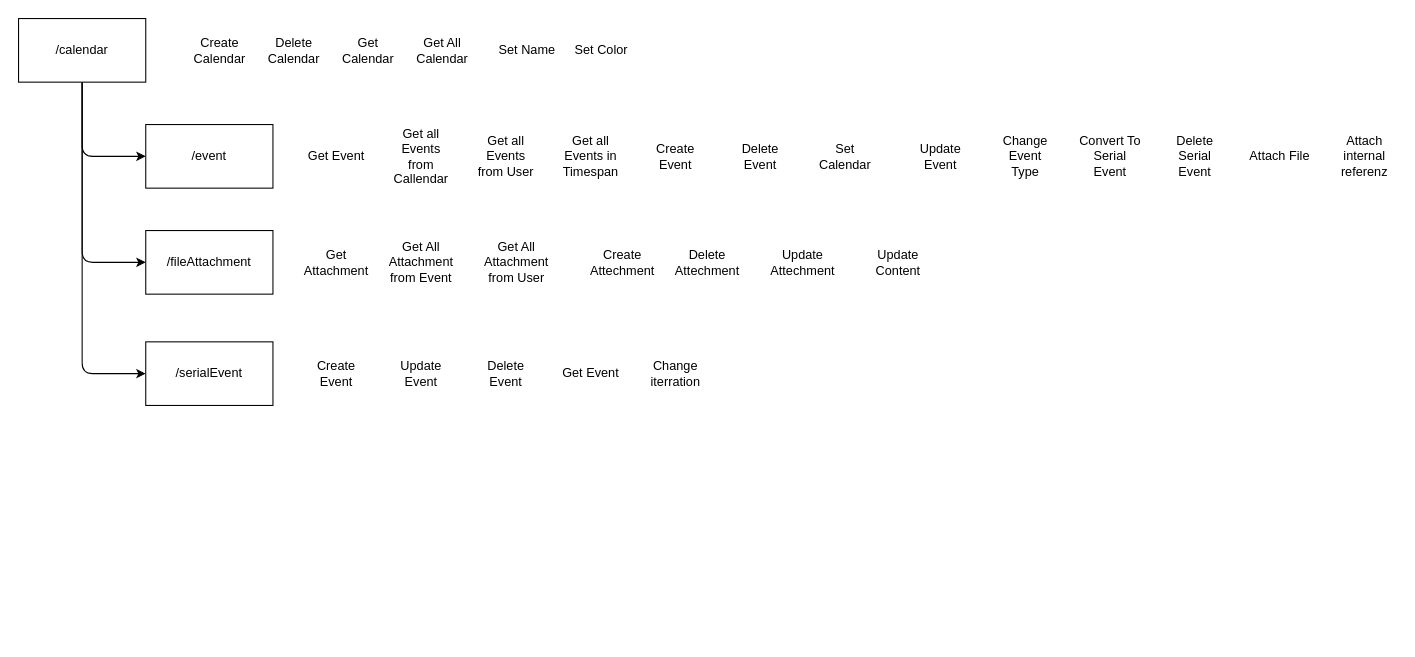
Earlier version of the draw.io diagram page "Calendar" (3 of 3) of Architecture/Backend.drawio (TodoXpress/Documentation). Source tidied: cells renumbered, new cells numbered last; positions are measured from the earlier drawing's top-left corner, leaving out a move shared by most shapes. Both pictures are drawn from the tidied source at 106%, with x=0, y=0 at pixel (18, 18).
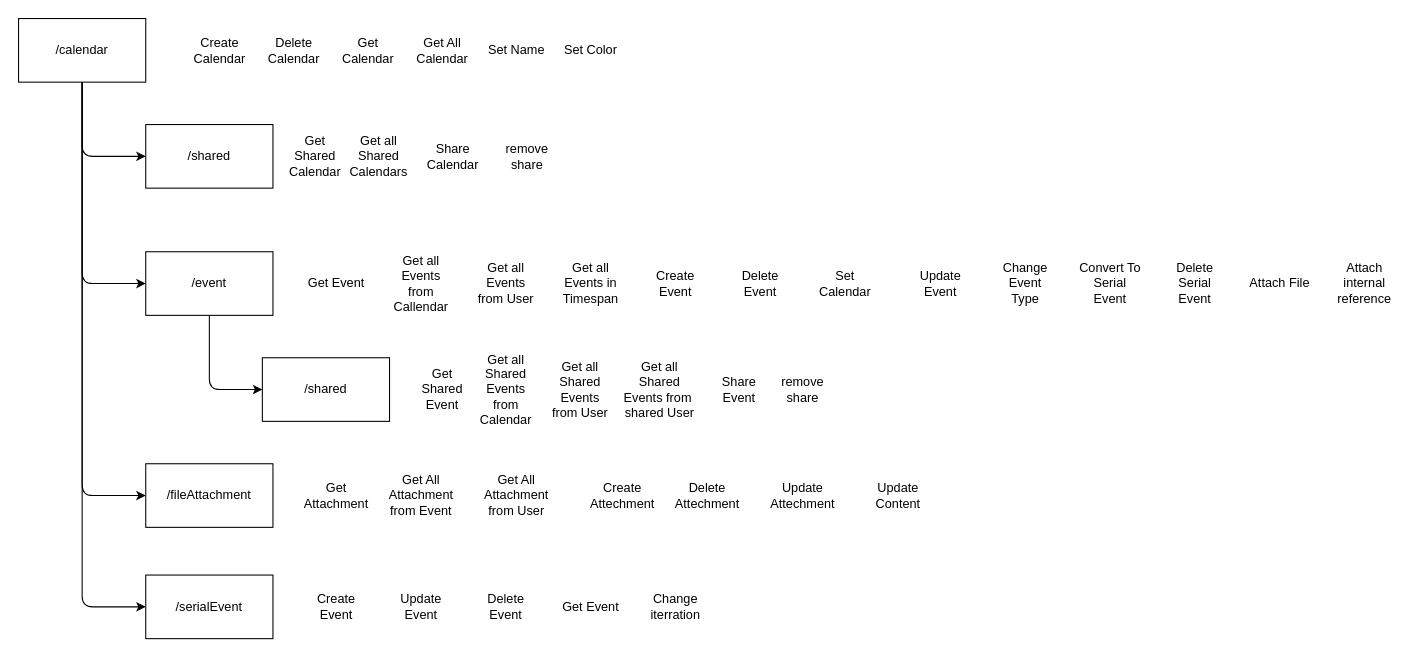
The same diagram, later.

Commit message (it also covers changes not shown here):
add share endpoints

The change refers to these unchanged cells:
```xml
<mxCell id="5" value="/calendar" style="rounded=0;whiteSpace=wrap;html=1;" parent="1" vertex="1">
  <mxGeometry width="120" height="60" as="geometry" />
</mxCell>
```

Diff of the diagram source:
```diff
@@
     <mxCell id="2" style="edgeStyle=none;html=1;entryX=0;entryY=0.5;entryDx=0;entryDy=0;" parent="1" edge="1" source="5" target="12">
       <mxGeometry relative="1" as="geometry">
         <Array as="points">
-          <mxPoint x="60" y="130" />
+          <mxPoint x="60" y="250" />
         </Array>
       </mxGeometry>
     </mxCell>
     <mxCell id="3" style="edgeStyle=none;html=1;exitX=0.5;exitY=1;exitDx=0;exitDy=0;entryX=0;entryY=0.5;entryDx=0;entryDy=0;" parent="1" edge="1" source="5" target="17">
       <mxGeometry relative="1" as="geometry">
         <Array as="points">
-          <mxPoint x="60" y="335" />
+          <mxPoint x="60" y="555" />
         </Array>
       </mxGeometry>
     </mxCell>
     <mxCell id="4" style="edgeStyle=none;html=1;exitX=0.5;exitY=1;exitDx=0;exitDy=0;entryX=0;entryY=0.5;entryDx=0;entryDy=0;" parent="1" edge="1" source="5" target="30">
       <mxGeometry relative="1" as="geometry">
         <Array as="points">
-          <mxPoint x="60" y="230" />
+          <mxPoint x="60" y="450" />
         </Array>
       </mxGeometry>
     </mxCell>
+    <mxCell id="40" style="edgeStyle=none;html=1;entryX=0;entryY=0.5;entryDx=0;entryDy=0;exitX=0.5;exitY=1;exitDx=0;exitDy=0;" parent="1" edge="1" source="5" target="49">
+      <mxGeometry relative="1" as="geometry">
+        <Array as="points">
+          <mxPoint x="60" y="130" />
+        </Array>
+      </mxGeometry>
+    </mxCell>
@@
     <mxCell id="10" value="Set Name" style="text;html=1;strokeColor=none;fillColor=none;align=center;verticalAlign=middle;whiteSpace=wrap;rounded=0;" parent="1" vertex="1">
-      <mxGeometry x="450" y="15" width="60" height="30" as="geometry" />
+      <mxGeometry x="440" y="15" width="60" height="30" as="geometry" />
     </mxCell>
     <mxCell id="11" value="Set Color" style="text;html=1;strokeColor=none;fillColor=none;align=center;verticalAlign=middle;whiteSpace=wrap;rounded=0;" parent="1" vertex="1">
-      <mxGeometry x="520" y="15" width="60" height="30" as="geometry" />
+      <mxGeometry x="510" y="15" width="60" height="30" as="geometry" />
     </mxCell>
+    <mxCell id="41" style="edgeStyle=none;html=1;entryX=0;entryY=0.5;entryDx=0;entryDy=0;exitX=0.5;exitY=1;exitDx=0;exitDy=0;" parent="1" edge="1" source="12" target="50">
+      <mxGeometry relative="1" as="geometry">
+        <Array as="points">
+          <mxPoint x="180" y="350" />
+        </Array>
+      </mxGeometry>
+    </mxCell>
     <mxCell id="12" value="/event" style="rounded=0;whiteSpace=wrap;html=1;" parent="1" vertex="1">
-      <mxGeometry x="120" y="100" width="120" height="60" as="geometry" />
+      <mxGeometry x="120" y="220" width="120" height="60" as="geometry" />
     </mxCell>
     <mxCell id="13" value="Create Event" style="text;html=1;strokeColor=none;fillColor=none;align=center;verticalAlign=middle;whiteSpace=wrap;rounded=0;" parent="1" vertex="1">
-      <mxGeometry x="590" y="115" width="60" height="30" as="geometry" />
+      <mxGeometry x="590" y="235" width="60" height="30" as="geometry" />
     </mxCell>
     <mxCell id="14" value="Update Event" style="text;html=1;strokeColor=none;fillColor=none;align=center;verticalAlign=middle;whiteSpace=wrap;rounded=0;" parent="1" vertex="1">
-      <mxGeometry x="840" y="115" width="60" height="30" as="geometry" />
+      <mxGeometry x="840" y="235" width="60" height="30" as="geometry" />
     </mxCell>
     <mxCell id="15" value="Set Calendar" style="text;html=1;strokeColor=none;fillColor=none;align=center;verticalAlign=middle;whiteSpace=wrap;rounded=0;" parent="1" vertex="1">
-      <mxGeometry x="750" y="115" width="60" height="30" as="geometry" />
+      <mxGeometry x="750" y="235" width="60" height="30" as="geometry" />
     </mxCell>
     <mxCell id="16" value="Delete&lt;br&gt;Event" style="text;html=1;strokeColor=none;fillColor=none;align=center;verticalAlign=middle;whiteSpace=wrap;rounded=0;" parent="1" vertex="1">
-      <mxGeometry x="670" y="115" width="60" height="30" as="geometry" />
+      <mxGeometry x="670" y="235" width="60" height="30" as="geometry" />
     </mxCell>
     <mxCell id="17" value="/serialEvent" style="rounded=0;whiteSpace=wrap;html=1;" parent="1" vertex="1">
-      <mxGeometry x="120" y="305" width="120" height="60" as="geometry" />
+      <mxGeometry x="120" y="525" width="120" height="60" as="geometry" />
     </mxCell>
     <mxCell id="18" value="Create Event" style="text;html=1;strokeColor=none;fillColor=none;align=center;verticalAlign=middle;whiteSpace=wrap;rounded=0;" parent="1" vertex="1">
-      <mxGeometry x="270" y="320" width="60" height="30" as="geometry" />
+      <mxGeometry x="270" y="540" width="60" height="30" as="geometry" />
     </mxCell>
     <mxCell id="19" value="Delete&lt;br&gt;Event" style="text;html=1;strokeColor=none;fillColor=none;align=center;verticalAlign=middle;whiteSpace=wrap;rounded=0;" parent="1" vertex="1">
-      <mxGeometry x="430" y="320" width="60" height="30" as="geometry" />
+      <mxGeometry x="430" y="540" width="60" height="30" as="geometry" />
     </mxCell>
     <mxCell id="20" value="Get Event" style="text;html=1;strokeColor=none;fillColor=none;align=center;verticalAlign=middle;whiteSpace=wrap;rounded=0;" parent="1" vertex="1">
-      <mxGeometry x="510" y="320" width="60" height="30" as="geometry" />
+      <mxGeometry x="510" y="540" width="60" height="30" as="geometry" />
     </mxCell>
     <mxCell id="21" value="Get Event" style="text;html=1;strokeColor=none;fillColor=none;align=center;verticalAlign=middle;whiteSpace=wrap;rounded=0;" parent="1" vertex="1">
-      <mxGeometry x="270" y="115" width="60" height="30" as="geometry" />
+      <mxGeometry x="270" y="235" width="60" height="30" as="geometry" />
     </mxCell>
     <mxCell id="22" value="Get all Events from Callendar" style="text;html=1;strokeColor=none;fillColor=none;align=center;verticalAlign=middle;whiteSpace=wrap;rounded=0;" parent="1" vertex="1">
-      <mxGeometry x="350" y="115" width="60" height="30" as="geometry" />
+      <mxGeometry x="350" y="235" width="60" height="30" as="geometry" />
     </mxCell>
     <mxCell id="23" value="Get all Events from User" style="text;html=1;strokeColor=none;fillColor=none;align=center;verticalAlign=middle;whiteSpace=wrap;rounded=0;" parent="1" vertex="1">
-      <mxGeometry x="430" y="115" width="60" height="30" as="geometry" />
+      <mxGeometry x="430" y="235" width="60" height="30" as="geometry" />
     </mxCell>
     <mxCell id="24" value="Get all Events in Timespan" style="text;html=1;strokeColor=none;fillColor=none;align=center;verticalAlign=middle;whiteSpace=wrap;rounded=0;" parent="1" vertex="1">
-      <mxGeometry x="510" y="115" width="60" height="30" as="geometry" />
+      <mxGeometry x="510" y="235" width="60" height="30" as="geometry" />
     </mxCell>
     <mxCell id="25" value="Change iterration" style="text;html=1;strokeColor=none;fillColor=none;align=center;verticalAlign=middle;whiteSpace=wrap;rounded=0;" parent="1" vertex="1">
-      <mxGeometry x="590" y="320" width="60" height="30" as="geometry" />
+      <mxGeometry x="590" y="540" width="60" height="30" as="geometry" />
     </mxCell>
     <mxCell id="26" value="Update Event" style="text;html=1;strokeColor=none;fillColor=none;align=center;verticalAlign=middle;whiteSpace=wrap;rounded=0;" parent="1" vertex="1">
-      <mxGeometry x="350" y="320" width="60" height="30" as="geometry" />
+      <mxGeometry x="350" y="540" width="60" height="30" as="geometry" />
     </mxCell>
     <mxCell id="27" value="Delete Serial Event" style="text;html=1;strokeColor=none;fillColor=none;align=center;verticalAlign=middle;whiteSpace=wrap;rounded=0;" parent="1" vertex="1">
-      <mxGeometry x="1080" y="115" width="60" height="30" as="geometry" />
+      <mxGeometry x="1080" y="235" width="60" height="30" as="geometry" />
     </mxCell>
     <mxCell id="28" value="Convert To Serial Event" style="text;html=1;strokeColor=none;fillColor=none;align=center;verticalAlign=middle;whiteSpace=wrap;rounded=0;" parent="1" vertex="1">
-      <mxGeometry x="1000" y="115" width="60" height="30" as="geometry" />
+      <mxGeometry x="1000" y="235" width="60" height="30" as="geometry" />
     </mxCell>
     <mxCell id="29" value="Change Event Type" style="text;html=1;strokeColor=none;fillColor=none;align=center;verticalAlign=middle;whiteSpace=wrap;rounded=0;" parent="1" vertex="1">
-      <mxGeometry x="920" y="115" width="60" height="30" as="geometry" />
+      <mxGeometry x="920" y="235" width="60" height="30" as="geometry" />
     </mxCell>
     <mxCell id="30" value="/fileAttachment" style="rounded=0;whiteSpace=wrap;html=1;" parent="1" vertex="1">
-      <mxGeometry x="120" y="200" width="120" height="60" as="geometry" />
+      <mxGeometry x="120" y="420" width="120" height="60" as="geometry" />
     </mxCell>
     <mxCell id="31" value="Create Attechment" style="text;html=1;strokeColor=none;fillColor=none;align=center;verticalAlign=middle;whiteSpace=wrap;rounded=0;" parent="1" vertex="1">
-      <mxGeometry x="540" y="215" width="60" height="30" as="geometry" />
+      <mxGeometry x="540" y="435" width="60" height="30" as="geometry" />
     </mxCell>
     <mxCell id="32" value="Delete&lt;br&gt;Attechment" style="text;html=1;strokeColor=none;fillColor=none;align=center;verticalAlign=middle;whiteSpace=wrap;rounded=0;" parent="1" vertex="1">
-      <mxGeometry x="620" y="215" width="60" height="30" as="geometry" />
+      <mxGeometry x="620" y="435" width="60" height="30" as="geometry" />
     </mxCell>
     <mxCell id="33" value="Get Attachment" style="text;html=1;strokeColor=none;fillColor=none;align=center;verticalAlign=middle;whiteSpace=wrap;rounded=0;" parent="1" vertex="1">
-      <mxGeometry x="270" y="215" width="60" height="30" as="geometry" />
+      <mxGeometry x="270" y="435" width="60" height="30" as="geometry" />
     </mxCell>
     <mxCell id="34" value="Get All Attachment&lt;br&gt;from Event" style="text;html=1;strokeColor=none;fillColor=none;align=center;verticalAlign=middle;whiteSpace=wrap;rounded=0;" parent="1" vertex="1">
-      <mxGeometry x="350" y="215" width="60" height="30" as="geometry" />
+      <mxGeometry x="350" y="435" width="60" height="30" as="geometry" />
     </mxCell>
     <mxCell id="35" value="Get All Attachment&lt;br&gt;from User" style="text;html=1;strokeColor=none;fillColor=none;align=center;verticalAlign=middle;whiteSpace=wrap;rounded=0;" parent="1" vertex="1">
-      <mxGeometry x="440" y="215" width="60" height="30" as="geometry" />
+      <mxGeometry x="440" y="435" width="60" height="30" as="geometry" />
     </mxCell>
     <mxCell id="36" value="Update Attechment" style="text;html=1;strokeColor=none;fillColor=none;align=center;verticalAlign=middle;whiteSpace=wrap;rounded=0;" parent="1" vertex="1">
-      <mxGeometry x="710" y="215" width="60" height="30" as="geometry" />
+      <mxGeometry x="710" y="435" width="60" height="30" as="geometry" />
     </mxCell>
     <mxCell id="37" value="Update Content" style="text;html=1;strokeColor=none;fillColor=none;align=center;verticalAlign=middle;whiteSpace=wrap;rounded=0;" parent="1" vertex="1">
-      <mxGeometry x="800" y="215" width="60" height="30" as="geometry" />
+      <mxGeometry x="800" y="435" width="60" height="30" as="geometry" />
     </mxCell>
     <mxCell id="38" value="Attach File" style="text;html=1;strokeColor=none;fillColor=none;align=center;verticalAlign=middle;whiteSpace=wrap;rounded=0;" parent="1" vertex="1">
-      <mxGeometry x="1160" y="115" width="60" height="30" as="geometry" />
+      <mxGeometry x="1160" y="235" width="60" height="30" as="geometry" />
     </mxCell>
-    <mxCell id="39" value="Attach internal referenz" style="text;html=1;strokeColor=none;fillColor=none;align=center;verticalAlign=middle;whiteSpace=wrap;rounded=0;" parent="1" vertex="1">
-      <mxGeometry x="1240" y="115" width="60" height="30" as="geometry" />
+    <mxCell id="39" value="Attach internal reference" style="text;html=1;strokeColor=none;fillColor=none;align=center;verticalAlign=middle;whiteSpace=wrap;rounded=0;" parent="1" vertex="1">
+      <mxGeometry x="1240" y="235" width="60" height="30" as="geometry" />
     </mxCell>
+    <mxCell id="42" value="Get Shared Calendar" style="text;html=1;strokeColor=none;fillColor=none;align=center;verticalAlign=middle;whiteSpace=wrap;rounded=0;" parent="1" vertex="1">
+      <mxGeometry x="250" y="115" width="60" height="30" as="geometry" />
+    </mxCell>
+    <mxCell id="43" value="Share Calendar" style="text;html=1;strokeColor=none;fillColor=none;align=center;verticalAlign=middle;whiteSpace=wrap;rounded=0;" parent="1" vertex="1">
+      <mxGeometry x="380" y="115" width="60" height="30" as="geometry" />
+    </mxCell>
+    <mxCell id="44" value="remove share" style="text;html=1;strokeColor=none;fillColor=none;align=center;verticalAlign=middle;whiteSpace=wrap;rounded=0;" parent="1" vertex="1">
+      <mxGeometry x="450" y="115" width="60" height="30" as="geometry" />
+    </mxCell>
+    <mxCell id="45" value="Get Shared Event" style="text;html=1;strokeColor=none;fillColor=none;align=center;verticalAlign=middle;whiteSpace=wrap;rounded=0;" parent="1" vertex="1">
+      <mxGeometry x="370" y="335" width="60" height="30" as="geometry" />
+    </mxCell>
+    <mxCell id="46" value="Share Event" style="text;html=1;strokeColor=none;fillColor=none;align=center;verticalAlign=middle;whiteSpace=wrap;rounded=0;" parent="1" vertex="1">
+      <mxGeometry x="650" y="335" width="60" height="30" as="geometry" />
+    </mxCell>
+    <mxCell id="47" value="remove share" style="text;html=1;strokeColor=none;fillColor=none;align=center;verticalAlign=middle;whiteSpace=wrap;rounded=0;" parent="1" vertex="1">
+      <mxGeometry x="710" y="335" width="60" height="30" as="geometry" />
+    </mxCell>
+    <mxCell id="48" value="Get all Shared Calendars" style="text;html=1;strokeColor=none;fillColor=none;align=center;verticalAlign=middle;whiteSpace=wrap;rounded=0;" parent="1" vertex="1">
+      <mxGeometry x="310" y="115" width="60" height="30" as="geometry" />
+    </mxCell>
+    <mxCell id="49" value="/shared" style="rounded=0;whiteSpace=wrap;html=1;" parent="1" vertex="1">
+      <mxGeometry x="120" y="100" width="120" height="60" as="geometry" />
+    </mxCell>
+    <mxCell id="50" value="/shared" style="rounded=0;whiteSpace=wrap;html=1;" parent="1" vertex="1">
+      <mxGeometry x="230" y="320" width="120" height="60" as="geometry" />
+    </mxCell>
+    <mxCell id="51" value="Get all Shared Events from Calendar" style="text;html=1;strokeColor=none;fillColor=none;align=center;verticalAlign=middle;whiteSpace=wrap;rounded=0;" parent="1" vertex="1">
+      <mxGeometry x="430" y="335" width="60" height="30" as="geometry" />
+    </mxCell>
+    <mxCell id="52" value="Get all Shared Events from User" style="text;html=1;strokeColor=none;fillColor=none;align=center;verticalAlign=middle;whiteSpace=wrap;rounded=0;" parent="1" vertex="1">
+      <mxGeometry x="500" y="335" width="60" height="30" as="geometry" />
+    </mxCell>
+    <mxCell id="53" value="Get all Shared Events from&amp;nbsp; shared User" style="text;html=1;strokeColor=none;fillColor=none;align=center;verticalAlign=middle;whiteSpace=wrap;rounded=0;" parent="1" vertex="1">
+      <mxGeometry x="570" y="335" width="70" height="30" as="geometry" />
+    </mxCell>
```
